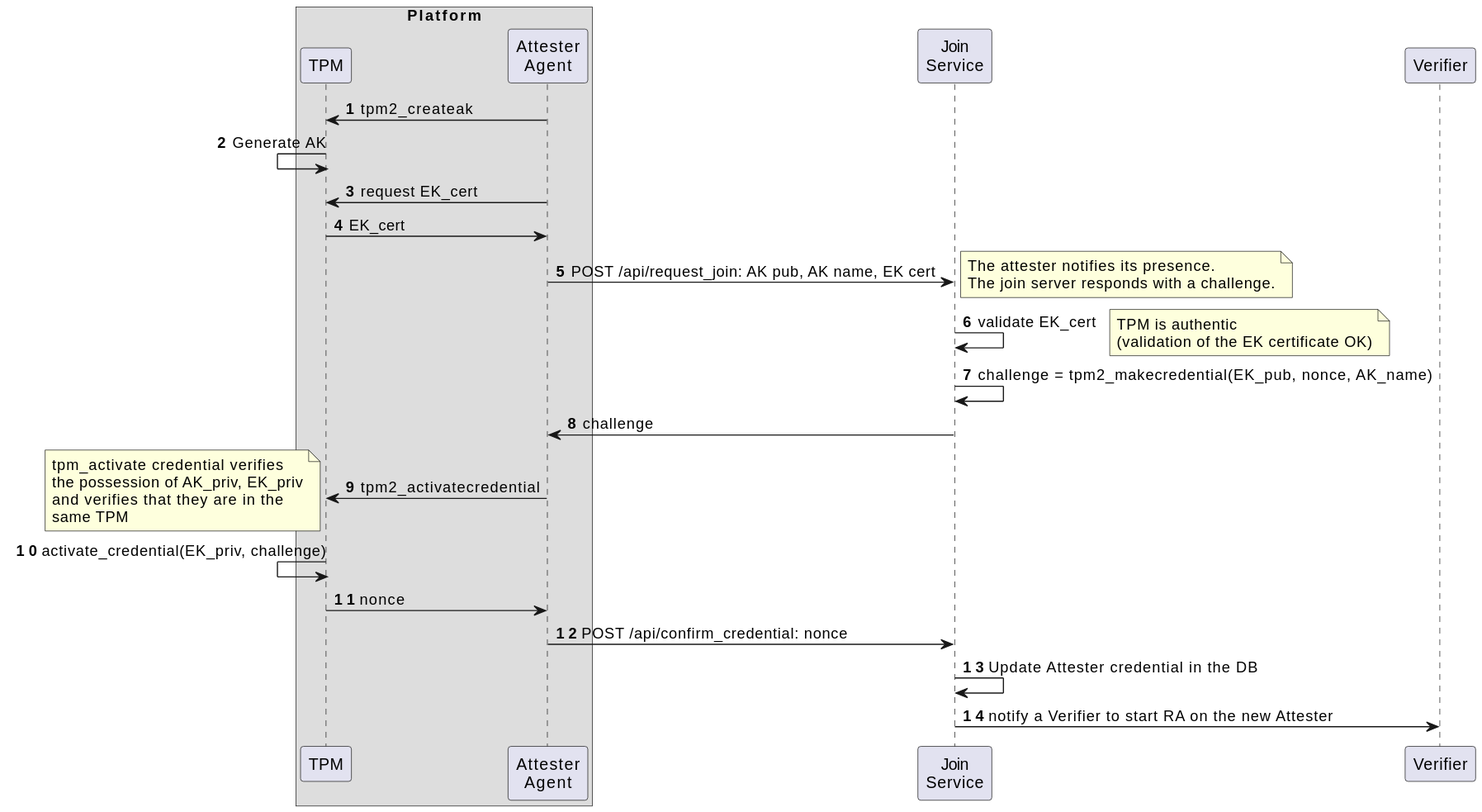
Cybersecurity-LINKS/embrave keeps this PlantUML diagram as docs/protocols/join.svg. Above is the earlier version.
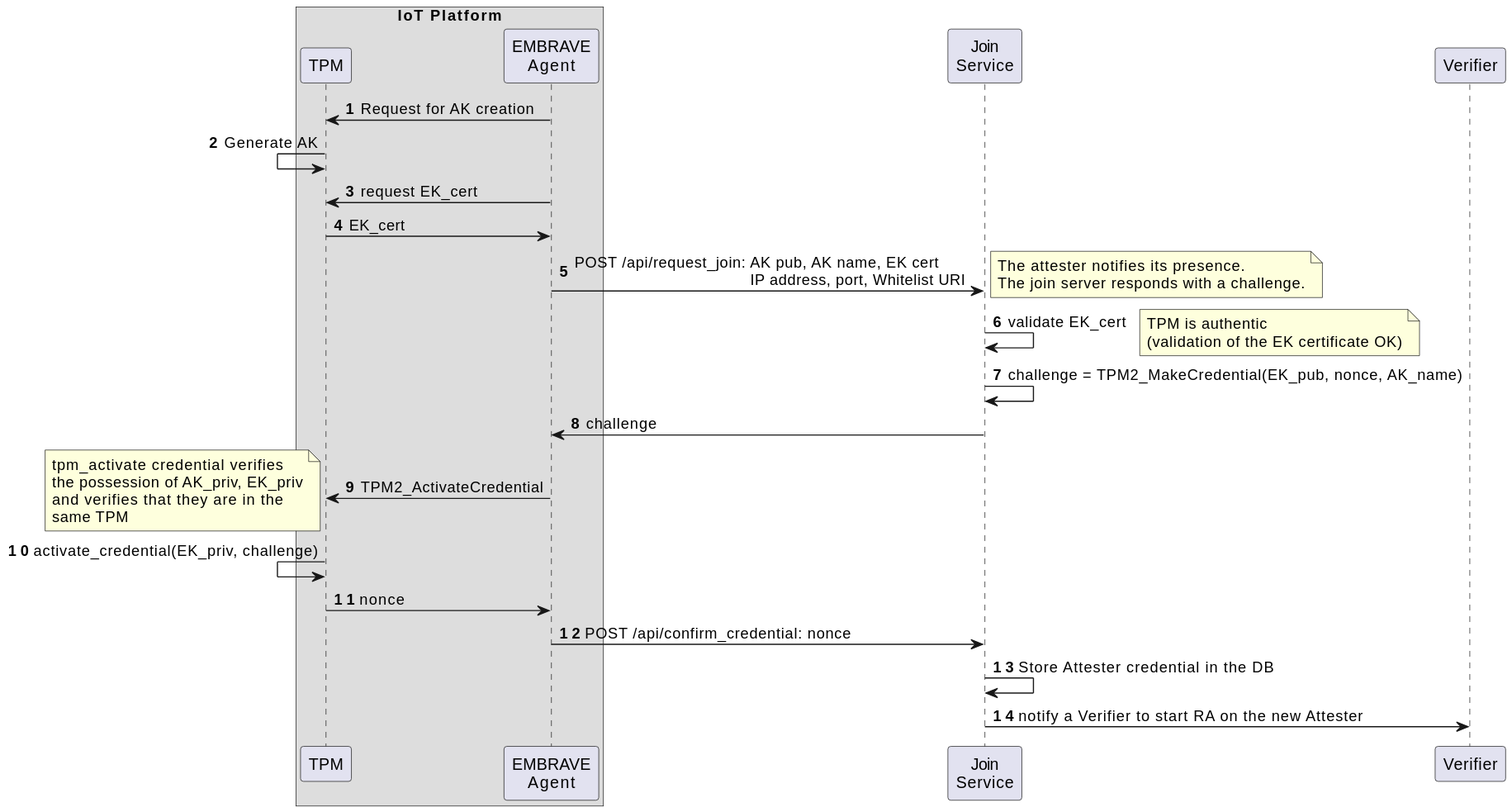
Later version of the same file.

Diff of the diagram source:
```diff
@@ -1,18 +1,18 @@
 @startuml
 autonumber
 
-box "Platform"
+box "IoT Platform"
 participant TPM
-participant "Attester\nAgent" as attester_agent
+participant "EMBRAVE\nAgent" as attester_agent
 endbox
 participant "Join\nService" as join_service
 
-TPM<-attester_agent: tpm2_createak
+TPM<-attester_agent: Request for AK creation
 TPM<-TPM: Generate AK
 
 TPM<-attester_agent: request EK_cert
 TPM->attester_agent: EK_cert
-attester_agent->join_service: POST /api/request_join: AK pub, AK name, EK cert
+attester_agent->join_service: POST /api/request_join: AK pub, AK name, EK cert\n                                      IP address, port, Whitelist URI
 note right
 The attester notifies its presence.
 The join server responds with a challenge.
@@ -23,9 +23,9 @@
     TPM is authentic
     (validation of the EK certificate OK)
   end note
-  join_service->join_service: challenge = tpm2_makecredential(EK_pub, nonce, AK_name)
+  join_service->join_service: challenge = TPM2_MakeCredential(EK_pub, nonce, AK_name)
   attester_agent<-join_service: challenge
-  TPM<-attester_agent: tpm2_activatecredential
+  TPM<-attester_agent: TPM2_ActivateCredential
   note left
     tpm_activate credential verifies
     the possession of AK_priv, EK_priv
@@ -35,6 +35,6 @@
   TPM<-TPM: activate_credential(EK_priv, challenge)
   TPM->attester_agent: nonce
   attester_agent->join_service: POST /api/confirm_credential: nonce
-  join_service->join_service: Update Attester credential in the DB
+  join_service->join_service: Store Attester credential in the DB
   join_service->Verifier: notify a Verifier to start RA on the new Attester
 @enduml
```
